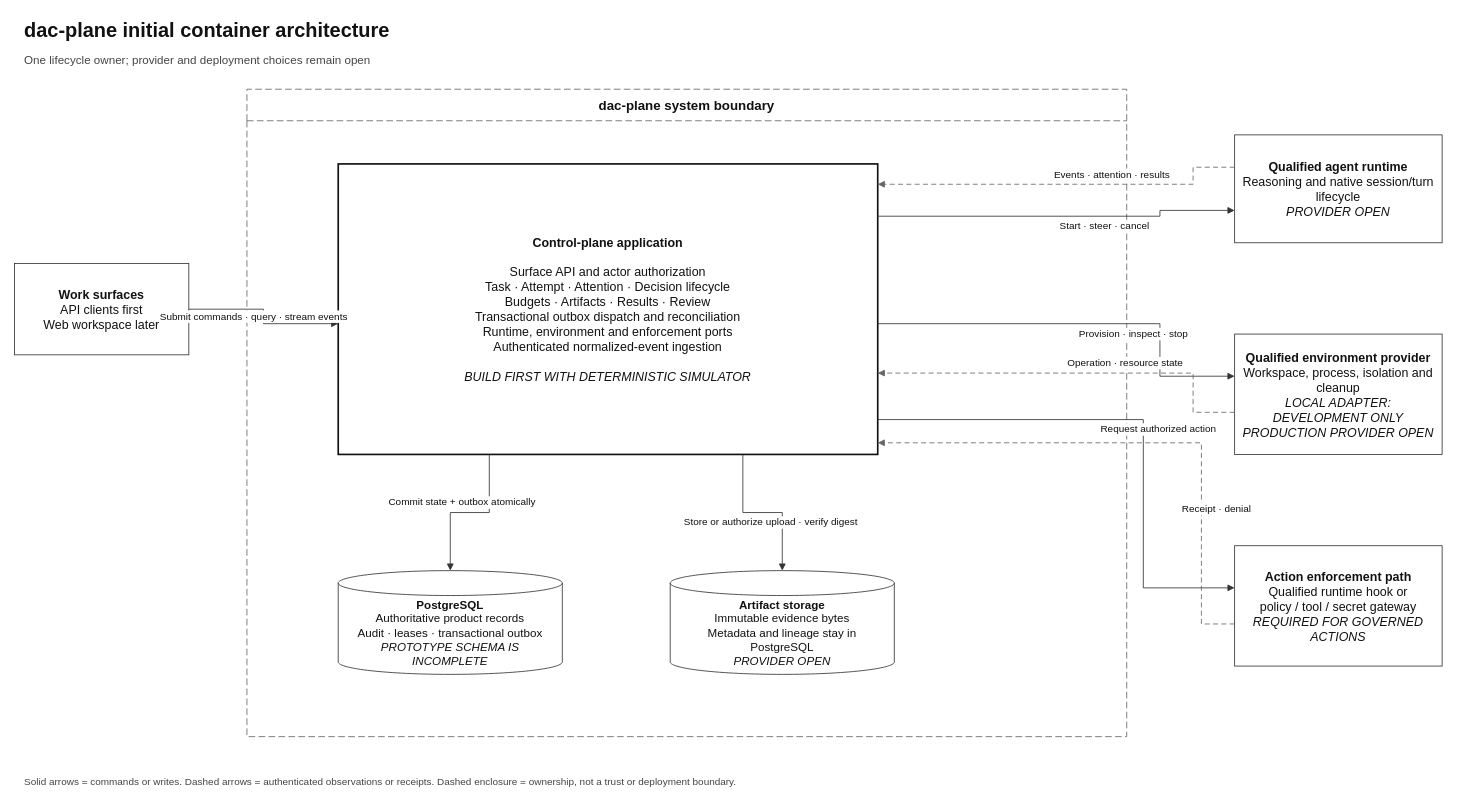
Earlier version of the draw.io diagram docs/architecture/container-view.drawio (dac-plane/dac-plane). Source tidied: cells renumbered, new cells numbered last; positions are measured from the earlier drawing's top-left corner, leaving out a move shared by most shapes. Both pictures are drawn from the tidied source at 83%, with x=0, y=0 at pixel (14, 14).
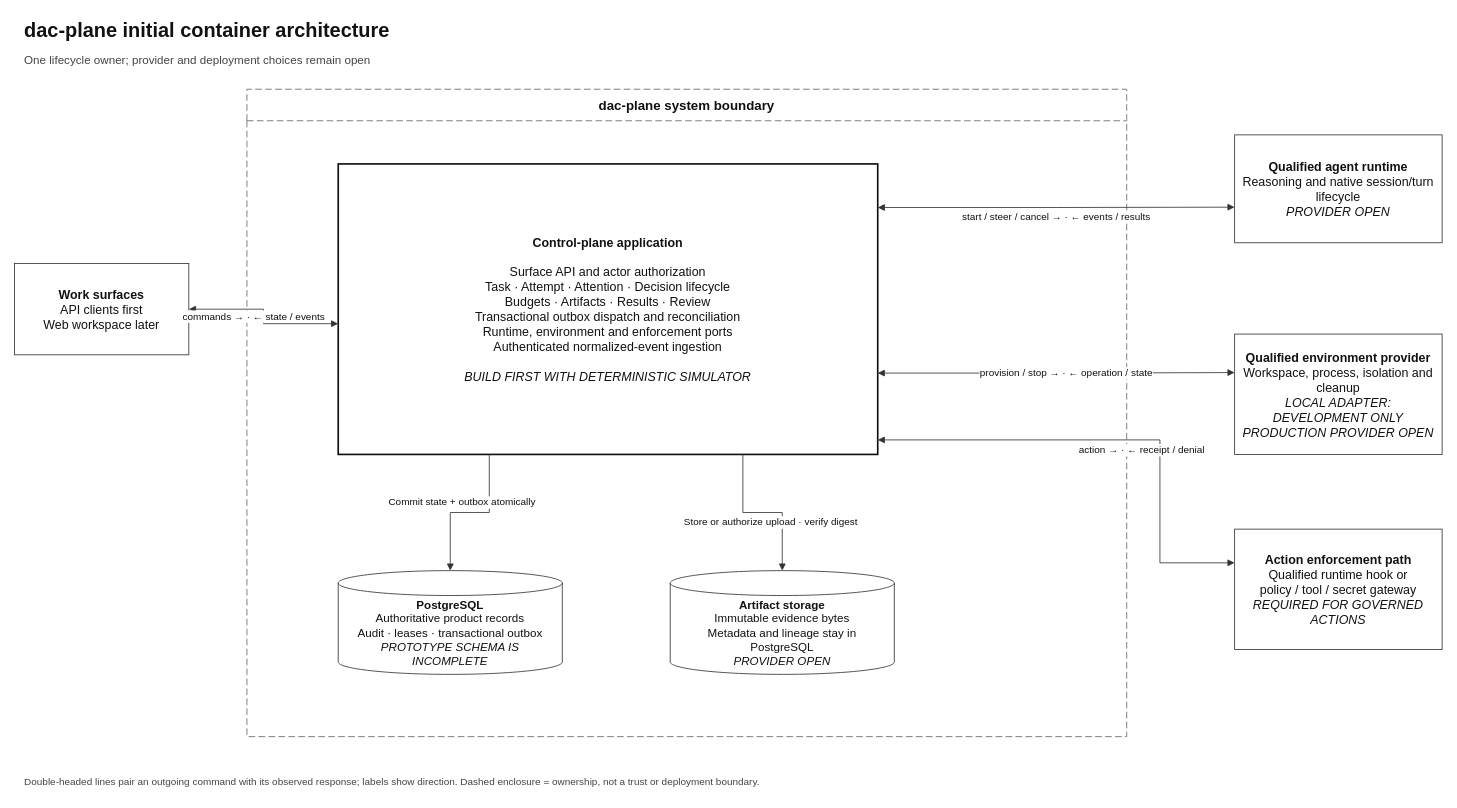
The same diagram, later.

Commit message (it also covers changes not shown here):
fix(architecture): simplify diagram connectors

The change refers to these unchanged cells:
```xml
<mxCell id="4" value="&lt;b&gt;Work surfaces&lt;/b&gt;&lt;br&gt;API clients first&lt;br&gt;Web workspace later" style="rounded=0;whiteSpace=wrap;html=1;fillColor=#FFFFFF;strokeColor=#333333;fontColor=#111111;fontSize=15;spacing=10;" parent="1" vertex="1">
  <mxGeometry y="300" width="210" height="110" as="geometry" />
</mxCell>
<mxCell id="6" value="&lt;b&gt;Control-plane application&lt;/b&gt;&lt;br&gt;&lt;br&gt;Surface API and actor authorization&lt;br&gt;Task · Attempt · Attention · Decision lifecycle&lt;br&gt;Budgets · Artifacts · Results · Review&lt;br&gt;Transactional outbox dispatch and reconciliation&lt;br&gt;Runtime, environment and enforcement ports&lt;br&gt;Authenticated normalized-event ingestion&lt;br&gt;&lt;br&gt;&lt;i&gt;BUILD FIRST WITH DETERMINISTIC SIMULATOR&lt;/i&gt;" style="rounded=0;whiteSpace=wrap;html=1;fillColor=#FFFFFF;strokeColor=#111111;strokeWidth=2;fontColor=#111111;fontSize=15;spacing=10;" parent="1" vertex="1">
  <mxGeometry x="390" y="180" width="650" height="350" as="geometry" />
</mxCell>
<mxCell id="9" value="&lt;b&gt;Qualified agent runtime&lt;/b&gt;&lt;br&gt;Reasoning and native session/turn lifecycle&lt;br&gt;&lt;i&gt;PROVIDER OPEN&lt;/i&gt;" style="rounded=0;whiteSpace=wrap;html=1;fillColor=#FFFFFF;strokeColor=#333333;fontColor=#111111;fontSize=15;spacing=10;" parent="1" vertex="1">
  <mxGeometry x="1470" y="145" width="250" height="130" as="geometry" />
</mxCell>
<mxCell id="10" value="&lt;b&gt;Qualified environment provider&lt;/b&gt;&lt;br&gt;Workspace, process, isolation and cleanup&lt;br&gt;&lt;i&gt;LOCAL ADAPTER: DEVELOPMENT ONLY&lt;/i&gt;&lt;br&gt;&lt;i&gt;PRODUCTION PROVIDER OPEN&lt;/i&gt;" style="rounded=0;whiteSpace=wrap;html=1;fillColor=#FFFFFF;strokeColor=#333333;fontColor=#111111;fontSize=15;spacing=10;" parent="1" vertex="1">
  <mxGeometry x="1470" y="385" width="250" height="145" as="geometry" />
</mxCell>
```

Diff of the diagram source:
```diff
@@
     <mxCell id="11" value="&lt;b&gt;Action enforcement path&lt;/b&gt;&lt;br&gt;Qualified runtime hook or&lt;br&gt;policy / tool / secret gateway&lt;br&gt;&lt;i&gt;REQUIRED FOR GOVERNED ACTIONS&lt;/i&gt;" style="rounded=0;whiteSpace=wrap;html=1;fillColor=#FFFFFF;strokeColor=#333333;fontColor=#111111;fontSize=15;spacing=10;" parent="1" vertex="1">
-      <mxGeometry x="1470" y="640" width="250" height="145" as="geometry" />
+      <mxGeometry x="1470" y="620" width="250" height="145" as="geometry" />
     </mxCell>
-    <mxCell id="12" value="Solid arrows = commands or writes. Dashed arrows = authenticated observations or receipts. Dashed enclosure = ownership, not a trust or deployment boundary." style="text;html=1;strokeColor=none;fillColor=none;align=left;verticalAlign=middle;fontSize=12;fontColor=#444444;" parent="1" vertex="1">
+    <mxCell id="12" value="Double-headed lines pair an outgoing command with its observed response; labels show direction. Dashed enclosure = ownership, not a trust or deployment boundary." style="text;html=1;strokeColor=none;fillColor=none;align=left;verticalAlign=middle;fontSize=12;fontColor=#444444;" parent="1" vertex="1">
       <mxGeometry x="10" y="910" width="1500" height="30" as="geometry" />
     </mxCell>
-    <mxCell id="13" value="Submit commands · query · stream events" style="edgeStyle=orthogonalEdgeStyle;rounded=0;jettySize=auto;html=1;strokeColor=#333333;fontColor=#111111;fontSize=12;labelBackgroundColor=#FFFFFF;endArrow=block;endFill=1;exitX=1;exitY=0.5;exitDx=0;exitDy=0;entryX=0;entryY=0.55;entryDx=0;entryDy=0;" parent="1" edge="1" source="4" target="6">
+    <mxCell id="13" value="commands →  ·  ← state / events" style="edgeStyle=orthogonalEdgeStyle;rounded=0;jettySize=auto;html=1;strokeColor=#333333;fontColor=#111111;fontSize=12;labelBackgroundColor=#FFFFFF;startArrow=block;startFill=1;endArrow=block;endFill=1;exitX=1;exitY=0.5;exitDx=0;exitDy=0;entryX=0;entryY=0.55;entryDx=0;entryDy=0;" parent="1" edge="1" source="4" target="6">
       <mxGeometry y="-12" relative="1" as="geometry" />
     </mxCell>
@@
-    <mxCell id="16" value="Start · steer · cancel" style="edgeStyle=orthogonalEdgeStyle;rounded=0;jettySize=auto;html=1;strokeColor=#333333;fontColor=#111111;fontSize=12;labelBackgroundColor=#FFFFFF;endArrow=block;endFill=1;exitX=1;exitY=0.18;exitDx=0;exitDy=0;entryX=0;entryY=0.7;entryDx=0;entryDy=0;" parent="1" edge="1" source="6" target="9">
-      <mxGeometry x="0.25" y="-12" relative="1" as="geometry">
-        <Array as="points">
-          <mxPoint x="1380" y="243" />
-          <mxPoint x="1380" y="236" />
-        </Array>
-      </mxGeometry>
+    <mxCell id="16" value="start / steer / cancel →  ·  ← events / results" style="edgeStyle=orthogonalEdgeStyle;rounded=0;jettySize=auto;html=1;strokeColor=#333333;fontColor=#111111;fontSize=12;labelBackgroundColor=#FFFFFF;startArrow=block;startFill=1;endArrow=block;endFill=1;exitX=1;exitY=0.15;exitDx=0;exitDy=0;entryX=0;entryY=0.67;entryDx=0;entryDy=0;" parent="1" edge="1" source="6" target="9">
+      <mxGeometry y="-12" relative="1" as="geometry" />
     </mxCell>
-    <mxCell id="17" value="Events · attention · results" style="edgeStyle=orthogonalEdgeStyle;rounded=0;jettySize=auto;html=1;strokeColor=#666666;fontColor=#111111;fontSize=12;labelBackgroundColor=#FFFFFF;endArrow=block;endFill=1;dashed=1;dashPattern=6 4;exitX=0;exitY=0.3;exitDx=0;exitDy=0;entryX=1;entryY=0.07;entryDx=0;entryDy=0;" parent="1" edge="1" source="9" target="6">
-      <mxGeometry x="-0.25" y="-12" relative="1" as="geometry">
-        <Array as="points">
-          <mxPoint x="1420" y="184" />
-          <mxPoint x="1420" y="205" />
-        </Array>
-      </mxGeometry>
-    </mxCell>
-    <mxCell id="18" value="Provision · inspect · stop" style="edgeStyle=orthogonalEdgeStyle;rounded=0;jettySize=auto;html=1;strokeColor=#333333;fontColor=#111111;fontSize=12;labelBackgroundColor=#FFFFFF;endArrow=block;endFill=1;exitX=1;exitY=0.55;exitDx=0;exitDy=0;entryX=0;entryY=0.35;entryDx=0;entryDy=0;" parent="1" edge="1" source="6" target="10">
-      <mxGeometry x="0.25" y="-12" relative="1" as="geometry">
-        <Array as="points">
-          <mxPoint x="1380" y="373" />
-          <mxPoint x="1380" y="436" />
-        </Array>
-      </mxGeometry>
+    <mxCell id="18" value="provision / stop →  ·  ← operation / state" style="edgeStyle=orthogonalEdgeStyle;rounded=0;jettySize=auto;html=1;strokeColor=#333333;fontColor=#111111;fontSize=12;labelBackgroundColor=#FFFFFF;startArrow=block;startFill=1;endArrow=block;endFill=1;exitX=1;exitY=0.72;exitDx=0;exitDy=0;entryX=0;entryY=0.32;entryDx=0;entryDy=0;" parent="1" edge="1" source="6" target="10">
+      <mxGeometry y="-12" relative="1" as="geometry" />
     </mxCell>
-    <mxCell id="19" value="Operation · resource state" style="edgeStyle=orthogonalEdgeStyle;rounded=0;jettySize=auto;html=1;strokeColor=#666666;fontColor=#111111;fontSize=12;labelBackgroundColor=#FFFFFF;endArrow=block;endFill=1;dashed=1;dashPattern=6 4;exitX=0;exitY=0.65;exitDx=0;exitDy=0;entryX=1;entryY=0.72;entryDx=0;entryDy=0;" parent="1" edge="1" source="10" target="6">
-      <mxGeometry x="-0.25" y="-12" relative="1" as="geometry">
-        <Array as="points">
-          <mxPoint x="1420" y="479" />
-          <mxPoint x="1420" y="432" />
-        </Array>
-      </mxGeometry>
-    </mxCell>
-    <mxCell id="20" value="Request authorized action" style="edgeStyle=orthogonalEdgeStyle;rounded=0;jettySize=auto;html=1;strokeColor=#333333;fontColor=#111111;fontSize=12;labelBackgroundColor=#FFFFFF;endArrow=block;endFill=1;exitX=1;exitY=0.88;exitDx=0;exitDy=0;entryX=0;entryY=0.35;entryDx=0;entryDy=0;" parent="1" edge="1" source="6" target="11">
-      <mxGeometry x="0.05" y="18" relative="1" as="geometry">
+    <mxCell id="20" value="action →  ·  ← receipt / denial" style="edgeStyle=orthogonalEdgeStyle;rounded=0;jettySize=auto;html=1;strokeColor=#333333;fontColor=#111111;fontSize=12;labelBackgroundColor=#FFFFFF;startArrow=block;startFill=1;endArrow=block;endFill=1;exitX=1;exitY=0.95;exitDx=0;exitDy=0;entryX=0;entryY=0.28;entryDx=0;entryDy=0;" parent="1" edge="1" source="6" target="11">
+      <mxGeometry x="0.1" y="-12" relative="1" as="geometry">
         <Array as="points">
-          <mxPoint x="1360" y="488" />
-          <mxPoint x="1360" y="691" />
+          <mxPoint x="1380" y="513" />
+          <mxPoint x="1380" y="661" />
         </Array>
       </mxGeometry>
     </mxCell>
-    <mxCell id="21" value="Receipt · denial" style="edgeStyle=orthogonalEdgeStyle;rounded=0;jettySize=auto;html=1;strokeColor=#666666;fontColor=#111111;fontSize=12;labelBackgroundColor=#FFFFFF;endArrow=block;endFill=1;dashed=1;dashPattern=6 4;exitX=0;exitY=0.65;exitDx=0;exitDy=0;entryX=1;entryY=0.96;entryDx=0;entryDy=0;" parent="1" edge="1" source="11" target="6">
-      <mxGeometry x="-0.45" y="-18" relative="1" as="geometry">
-        <Array as="points">
-          <mxPoint x="1430" y="734" />
-          <mxPoint x="1430" y="516" />
-        </Array>
-      </mxGeometry>
-    </mxCell>
```
